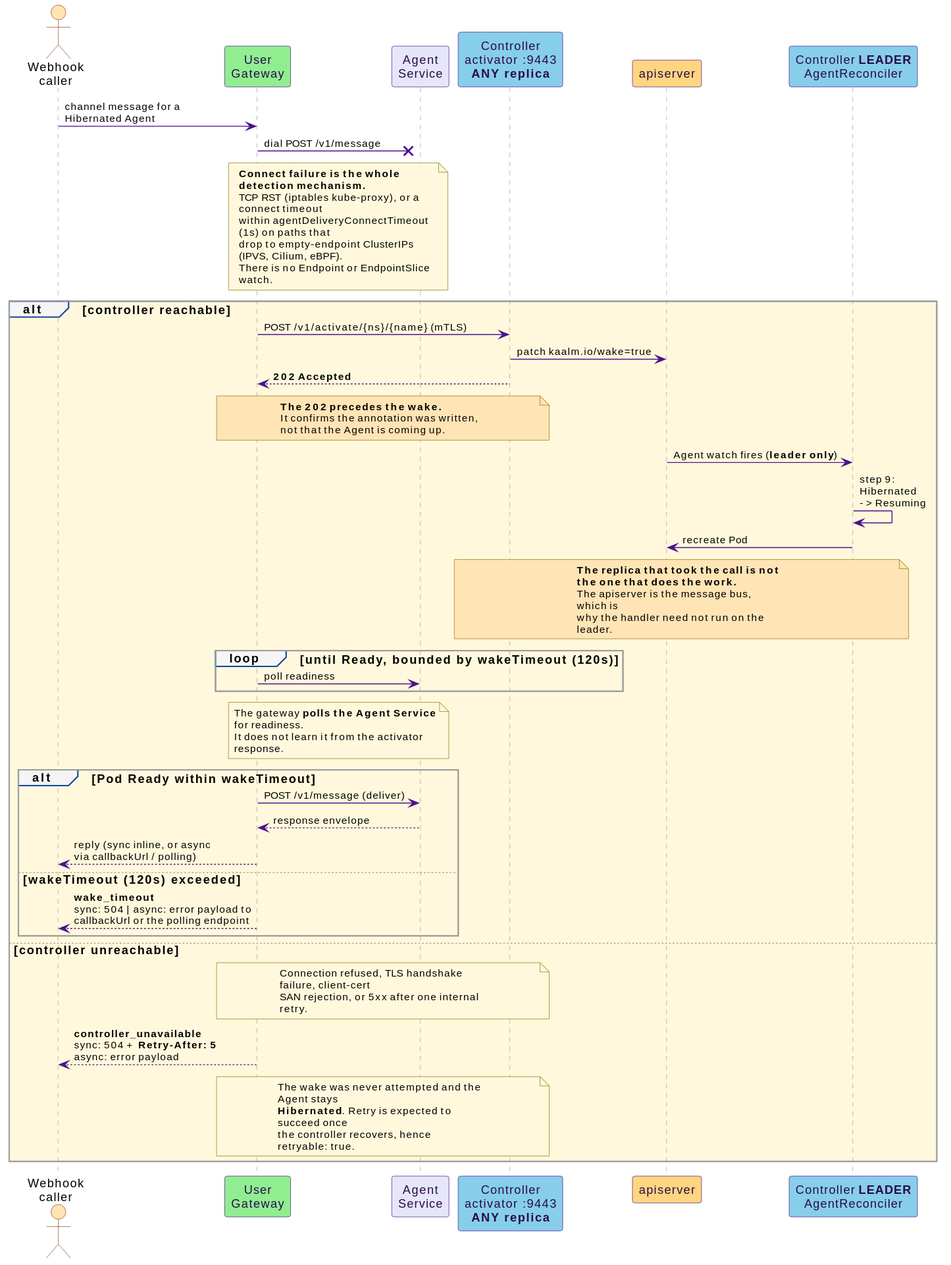
Before: docs/src/diagrams/wake-sequence.svg, a diagram exported from PlantUML (win07xp/kaalm). Source of this version:
```plantuml
@startuml
!include _style.puml

actor "Webhook\ncaller" as caller
participant "User\nGateway" as gw #90EE90
participant "Agent\nService" as agent
participant "Controller\nactivator :9443\n**ANY replica**" as ctrl #87CEEB
participant "apiserver" as api #FFD580
participant "Controller **LEADER**\nAgentReconciler" as leader #87CEEB

caller -> gw : channel message for a\nHibernated Agent
gw ->x agent : dial POST /v1/message
note over gw, agent
  **Connect failure is the whole detection mechanism.**
  TCP RST (iptables kube-proxy), or a connect timeout
  within agentDeliveryConnectTimeout (1s) on paths that
  drop to empty-endpoint ClusterIPs (IPVS, Cilium, eBPF).
  There is no Endpoint or EndpointSlice watch.
end note

alt #FFF8DC controller reachable
  gw -> ctrl : POST /v1/activate/{ns}/{name} (mTLS)
  ctrl -> api : patch kaalm.io/wake=true
  ctrl --> gw : **202 Accepted**

  note over gw, ctrl #FFE4B5
    **The 202 precedes the wake.**
    It confirms the annotation was written,
    not that the Agent is coming up.
  end note

  api -> leader : Agent watch fires (**leader only**)
  leader -> leader : step 9:\nHibernated\n-> Resuming
  leader -> api : recreate Pod

  note over ctrl, leader #FFE4B5
    **The replica that took the call is not**
    **the one that does the work.**
    The apiserver is the message bus, which is
    why the handler need not run on the leader.
  end note

  loop until Ready, bounded by wakeTimeout (120s)
    gw -> agent : poll readiness
  end
  note over gw, agent
    The gateway **polls the Agent Service** for readiness.
    It does not learn it from the activator response.
  end note

  alt Pod Ready within wakeTimeout
    gw -> agent : POST /v1/message (deliver)
    agent --> gw : response envelope
    gw --> caller : reply (sync inline, or async\nvia callbackUrl / polling)
  else wakeTimeout (120s) exceeded
    gw --> caller : **wake_timeout**\nsync: 504 | async: error payload to\ncallbackUrl or the polling endpoint
  end

else controller unreachable
  note over gw, ctrl
    Connection refused, TLS handshake failure, client-cert
    SAN rejection, or 5xx after one internal retry.
  end note
  gw --> caller : **controller_unavailable**\nsync: 504 + **Retry-After: 5**\nasync: error payload
  note over gw, ctrl
    The wake was never attempted and the Agent stays
    **Hibernated**. Retry is expected to succeed once
    the controller recovers, hence retryable: true.
  end note
end
@enduml
```
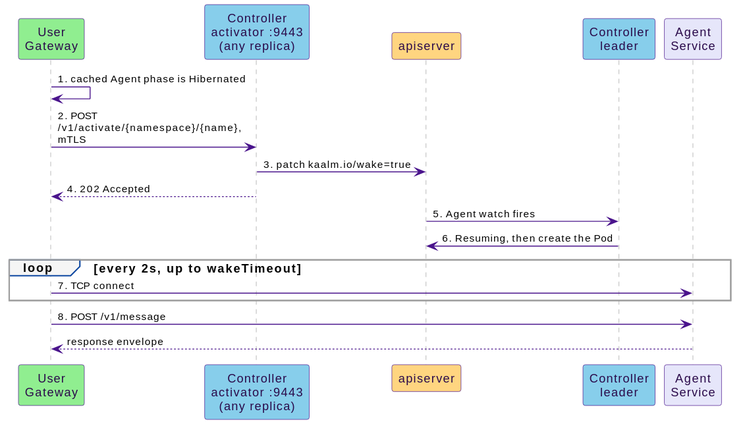
The same diagram one commit later.

What changed in the source:
```diff
@@ -1,71 +1,21 @@
 @startuml
 !include _style.puml
 
-actor "Webhook\ncaller" as caller
 participant "User\nGateway" as gw #90EE90
+participant "Controller\nactivator :9443\n(any replica)" as ctrl #87CEEB
+participant "apiserver" as api #FFD580
+participant "Controller\nleader" as leader #87CEEB
 participant "Agent\nService" as agent
-participant "Controller\nactivator :9443\n**ANY replica**" as ctrl #87CEEB
-participant "apiserver" as api #FFD580
-participant "Controller **LEADER**\nAgentReconciler" as leader #87CEEB
 
-caller -> gw : channel message for a\nHibernated Agent
-gw ->x agent : dial POST /v1/message
-note over gw, agent
-  **Connect failure is the whole detection mechanism.**
-  TCP RST (iptables kube-proxy), or a connect timeout
-  within agentDeliveryConnectTimeout (1s) on paths that
-  drop to empty-endpoint ClusterIPs (IPVS, Cilium, eBPF).
-  There is no Endpoint or EndpointSlice watch.
-end note
-
-alt #FFF8DC controller reachable
-  gw -> ctrl : POST /v1/activate/{ns}/{name} (mTLS)
-  ctrl -> api : patch kaalm.io/wake=true
-  ctrl --> gw : **202 Accepted**
-
-  note over gw, ctrl #FFE4B5
-    **The 202 precedes the wake.**
-    It confirms the annotation was written,
-    not that the Agent is coming up.
-  end note
-
-  api -> leader : Agent watch fires (**leader only**)
-  leader -> leader : step 9:\nHibernated\n-> Resuming
-  leader -> api : recreate Pod
-
-  note over ctrl, leader #FFE4B5
-    **The replica that took the call is not**
-    **the one that does the work.**
-    The apiserver is the message bus, which is
-    why the handler need not run on the leader.
-  end note
-
-  loop until Ready, bounded by wakeTimeout (120s)
-    gw -> agent : poll readiness
-  end
-  note over gw, agent
-    The gateway **polls the Agent Service** for readiness.
-    It does not learn it from the activator response.
-  end note
-
-  alt Pod Ready within wakeTimeout
-    gw -> agent : POST /v1/message (deliver)
-    agent --> gw : response envelope
-    gw --> caller : reply (sync inline, or async\nvia callbackUrl / polling)
-  else wakeTimeout (120s) exceeded
-    gw --> caller : **wake_timeout**\nsync: 504 | async: error payload to\ncallbackUrl or the polling endpoint
-  end
-
-else controller unreachable
-  note over gw, ctrl
-    Connection refused, TLS handshake failure, client-cert
-    SAN rejection, or 5xx after one internal retry.
-  end note
-  gw --> caller : **controller_unavailable**\nsync: 504 + **Retry-After: 5**\nasync: error payload
-  note over gw, ctrl
-    The wake was never attempted and the Agent stays
-    **Hibernated**. Retry is expected to succeed once
-    the controller recovers, hence retryable: true.
-  end note
+gw -> gw : 1. cached Agent phase is Hibernated
+gw -> ctrl : 2. POST /v1/activate/{namespace}/{name}, mTLS
+ctrl -> api : 3. patch kaalm.io/wake=true
+ctrl --> gw : 4. 202 Accepted
+api -> leader : 5. Agent watch fires
+leader -> api : 6. Resuming, then create the Pod
+loop every 2s, up to wakeTimeout
+  gw -> agent : 7. TCP connect
 end
+gw -> agent : 8. POST /v1/message
+agent --> gw : response envelope
 @enduml
```
